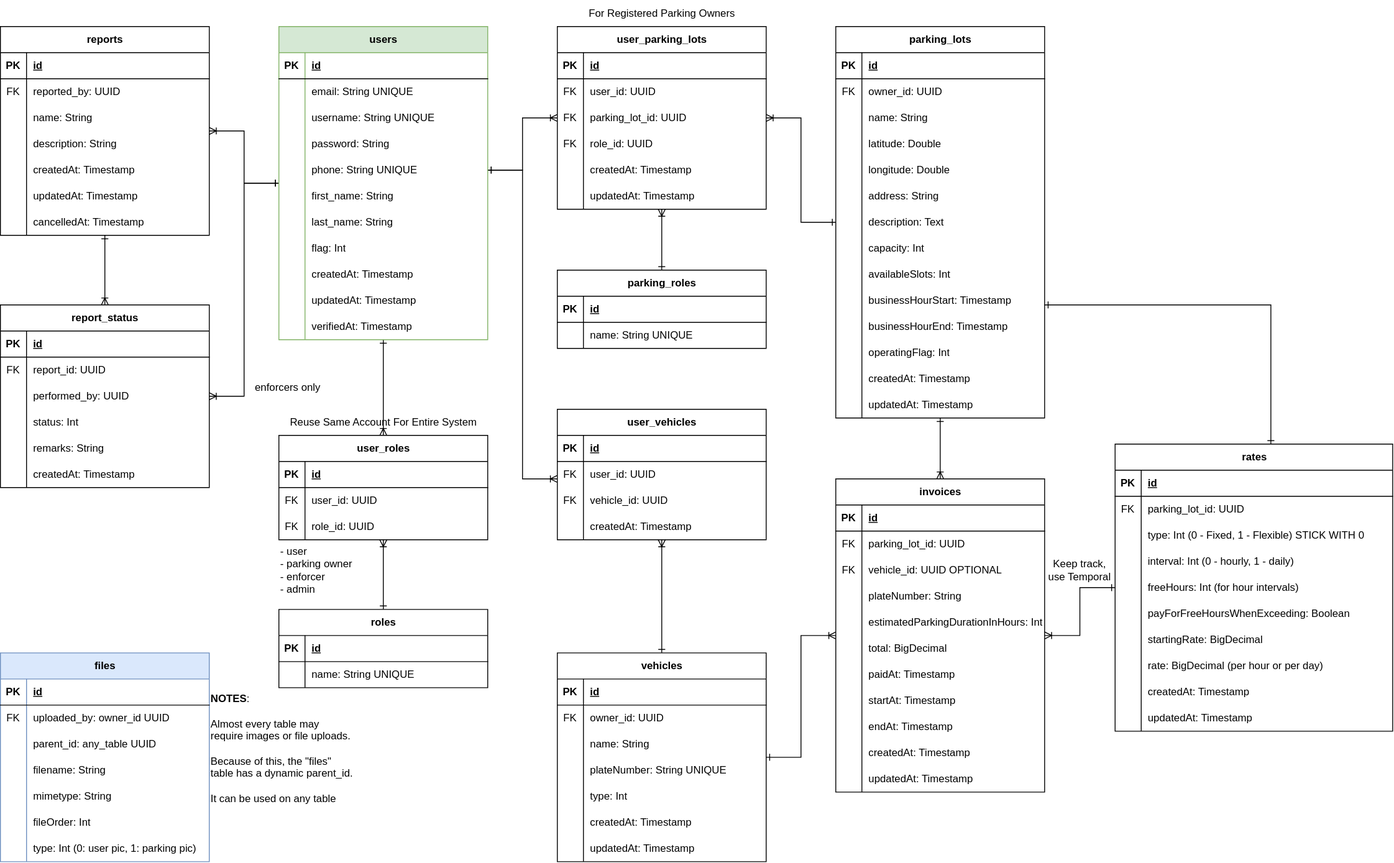
This is docs/erd.svg from chatchatabc/parking-backend-spring, a draw.io export, as it was before one commit. Source tidied: cells renumbered, new cells last; positions are measured from the earlier drawing's top-left corner, leaving out a move shared by most shapes.
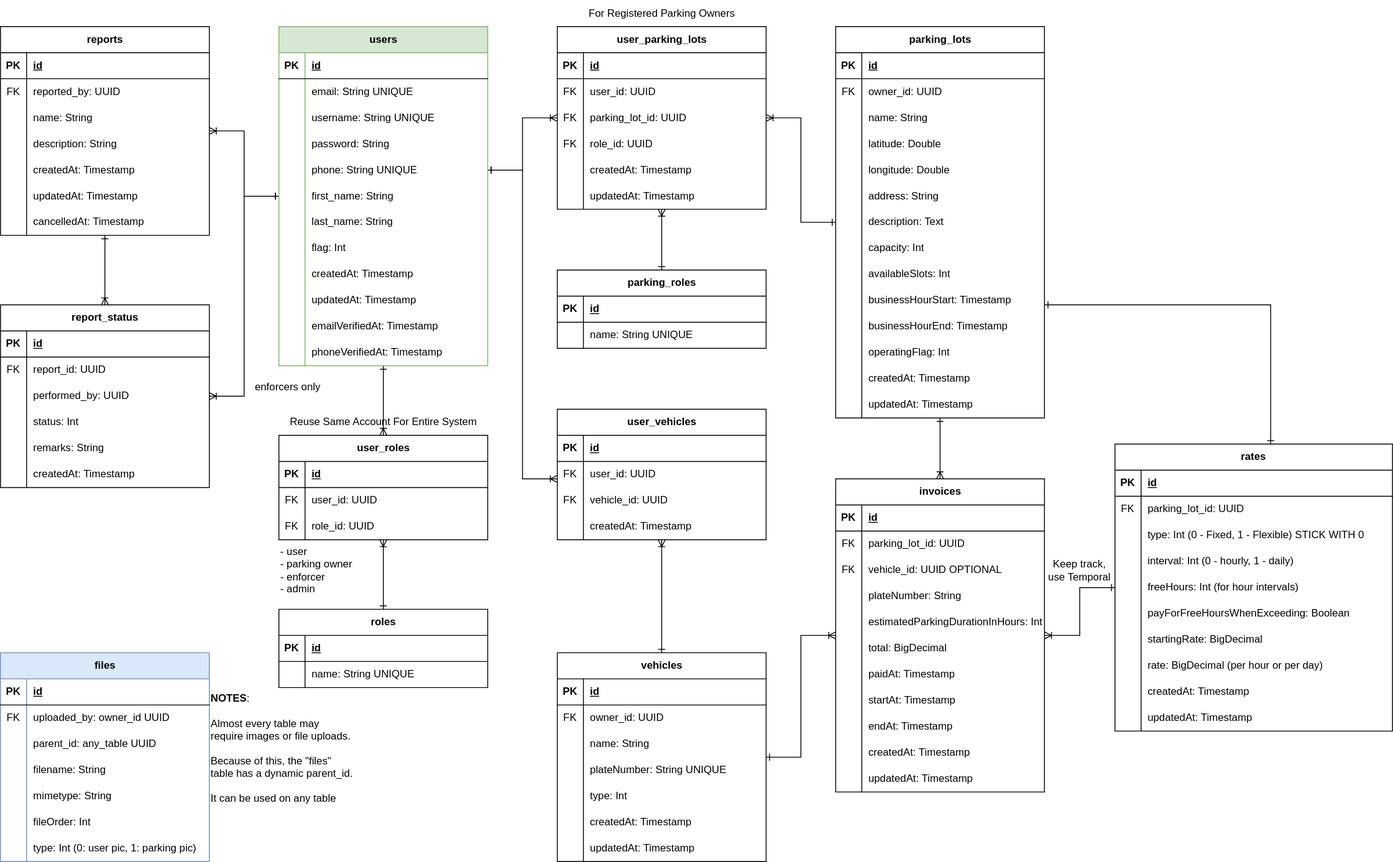
The same diagram one commit later.

Commit message:
improvement: added phoneVerifiedAt to User and changed verifiedAt to emailVerifiedAt

The edit, as a diff of the source:
```diff
@@ -356,7 +356,7 @@
       <mxGeometry relative="1" as="geometry" />
     </mxCell>
     <mxCell id="118" value="users" style="shape=table;startSize=30;rowLines=0;fontStyle=1;align=center;html=1;fillColor=#d5e8d4;strokeColor=#82b366;" parent="1" vertex="1">
-      <mxGeometry x="320" y="30" width="240" height="360" as="geometry" />
+      <mxGeometry x="320" y="30" width="240" height="390" as="geometry" />
     </mxCell>
     <mxCell id="119" style="shape=tableRow;horizontal=0;startSize=0;swimlaneHead=0;swimlaneBody=0;fillColor=none;top=0;left=0;right=0;bottom=1;" parent="118" vertex="1">
       <mxGeometry y="30" width="240" height="30" as="geometry" />
@@ -454,9 +454,18 @@
     <mxCell id="150" style="shape=partialRectangle;fillColor=none;top=0;left=0;bottom=0;right=0;overflow=hidden;whiteSpace=wrap;html=1;" parent="149" vertex="1">
       <mxGeometry width="30" height="30" as="geometry" />
     </mxCell>
-    <mxCell id="151" value="verifiedAt: Timestamp" style="shape=partialRectangle;fillColor=none;top=0;left=0;bottom=0;right=0;align=left;spacingLeft=6;overflow=hidden;whiteSpace=wrap;html=1;" parent="149" vertex="1">
+    <mxCell id="151" value="emailVerifiedAt: Timestamp" style="shape=partialRectangle;fillColor=none;top=0;left=0;bottom=0;right=0;align=left;spacingLeft=6;overflow=hidden;whiteSpace=wrap;html=1;" parent="149" vertex="1">
       <mxGeometry x="30" width="210" height="30" as="geometry" />
     </mxCell>
+    <mxCell id="305" style="shape=tableRow;horizontal=0;startSize=0;swimlaneHead=0;swimlaneBody=0;fillColor=none;top=0;left=0;right=0;bottom=0;" parent="118" vertex="1">
+      <mxGeometry y="360" width="240" height="30" as="geometry" />
+    </mxCell>
+    <mxCell id="306" style="shape=partialRectangle;fillColor=none;top=0;left=0;bottom=0;right=0;overflow=hidden;whiteSpace=wrap;html=1;" parent="305" vertex="1">
+      <mxGeometry width="30" height="30" as="geometry" />
+    </mxCell>
+    <mxCell id="307" value="phoneVerifiedAt: Timestamp" style="shape=partialRectangle;fillColor=none;top=0;left=0;bottom=0;right=0;align=left;spacingLeft=6;overflow=hidden;whiteSpace=wrap;html=1;" parent="305" vertex="1">
+      <mxGeometry x="30" width="210" height="30" as="geometry" />
+    </mxCell>
     <mxCell id="152" style="edgeStyle=orthogonalEdgeStyle;rounded=0;jettySize=auto;html=1;startArrow=ERone;startFill=0;endArrow=ERoneToMany;endFill=0;" parent="1" edge="1" source="154" target="176">
       <mxGeometry relative="1" as="geometry" />
     </mxCell>
```
